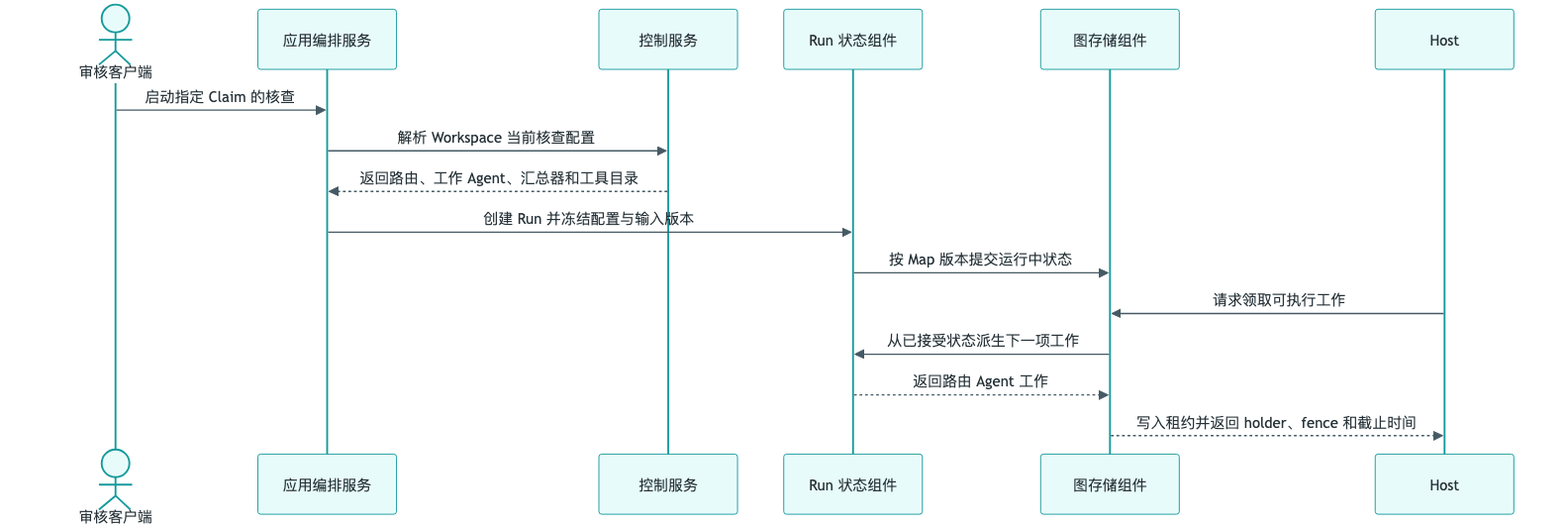
The Mermaid diagram technical-docs/chongming-graph/diagrams/UC-04-A-start-route.png in AUSIO2/ChongMing, before a commit. Its source is kept beside it as technical-docs/chongming-graph/diagrams/UC-04-A-start-route.mmd. Its diagram source:
```mermaid
%%{init: {"theme": "base", "themeVariables": {"primaryColor": "#e8fbfb", "primaryBorderColor": "#159a9c", "primaryTextColor": "#263238", "lineColor": "#455a64", "actorBkg": "#e8fbfb", "actorBorder": "#159a9c", "actorTextColor": "#263238", "signalColor": "#455a64", "signalTextColor": "#263238", "labelBoxBkgColor": "#f2ffff", "labelBoxBorderColor": "#159a9c", "labelTextColor": "#263238", "noteBkgColor": "#f2ffff", "noteBorderColor": "#159a9c", "noteTextColor": "#263238"}}}%%
sequenceDiagram
  actor E as 审核客户端
  participant A as 应用编排服务
  participant C as 控制服务
  participant R as Run 状态组件
  participant S as 图存储组件
  participant H as Host
  E->>A: 启动指定 Claim 的核查
  A->>C: 解析 Workspace 当前核查配置
  C-->>A: 返回路由、工作 Agent、汇总器和工具目录
  A->>R: 创建 Run 并冻结配置与输入版本
  R->>S: 按 Map 版本提交运行中状态
  H->>S: 请求领取可执行工作
  S->>R: 从已接受状态派生下一项工作
  R-->>S: 返回路由 Agent 工作
  S-->>H: 写入租约并返回 holder、fence 和截止时间
```
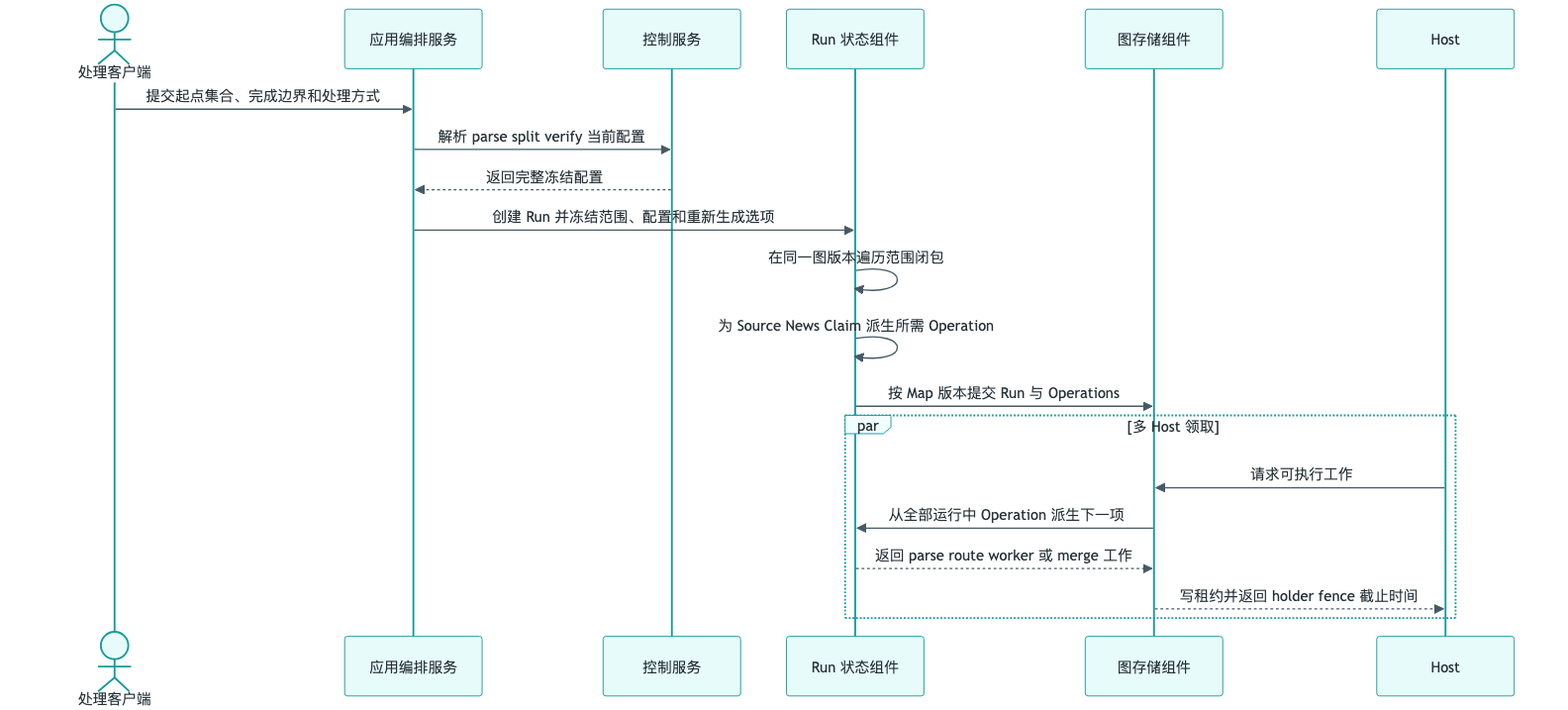
Later version of the same file.

Change to the diagram source:
```diff
@@ -1,17 +1,21 @@
-%%{init: {"theme": "base", "themeVariables": {"primaryColor": "#e8fbfb", "primaryBorderColor": "#159a9c", "primaryTextColor": "#263238", "lineColor": "#455a64", "actorBkg": "#e8fbfb", "actorBorder": "#159a9c", "actorTextColor": "#263238", "signalColor": "#455a64", "signalTextColor": "#263238", "labelBoxBkgColor": "#f2ffff", "labelBoxBorderColor": "#159a9c", "labelTextColor": "#263238", "noteBkgColor": "#f2ffff", "noteBorderColor": "#159a9c", "noteTextColor": "#263238"}}}%%
+%%{init: {"theme": "base", "themeVariables": {"primaryColor": "#e8fbfb", "primaryBorderColor": "#159a9c", "primaryTextColor": "#263238", "lineColor": "#455a64", "actorBkg": "#e8fbfb", "actorBorder": "#159a9c", "actorTextColor": "#263238", "signalColor": "#455a64", "signalTextColor": "#263238", "labelBoxBkgColor": "#f2ffff", "labelBoxBorderColor": "#159a9c", "labelTextColor": "#263238"}}}%%
 sequenceDiagram
-  actor E as 审核客户端
+  actor U as 处理客户端
   participant A as 应用编排服务
   participant C as 控制服务
   participant R as Run 状态组件
   participant S as 图存储组件
   participant H as Host
-  E->>A: 启动指定 Claim 的核查
-  A->>C: 解析 Workspace 当前核查配置
-  C-->>A: 返回路由、工作 Agent、汇总器和工具目录
-  A->>R: 创建 Run 并冻结配置与输入版本
-  R->>S: 按 Map 版本提交运行中状态
-  H->>S: 请求领取可执行工作
-  S->>R: 从已接受状态派生下一项工作
-  R-->>S: 返回路由 Agent 工作
-  S-->>H: 写入租约并返回 holder、fence 和截止时间
+  U->>A: 提交起点集合、完成边界和处理方式
+  A->>C: 解析 parse split verify 当前配置
+  C-->>A: 返回完整冻结配置
+  A->>R: 创建 Run 并冻结范围、配置和重新生成选项
+  R->>R: 在同一图版本遍历范围闭包
+  R->>R: 为 Source News Claim 派生所需 Operation
+  R->>S: 按 Map 版本提交 Run 与 Operations
+  par 多 Host 领取
+    H->>S: 请求可执行工作
+    S->>R: 从全部运行中 Operation 派生下一项
+    R-->>S: 返回 parse route worker 或 merge 工作
+    S-->>H: 写租约并返回 holder fence 截止时间
+  end
```
